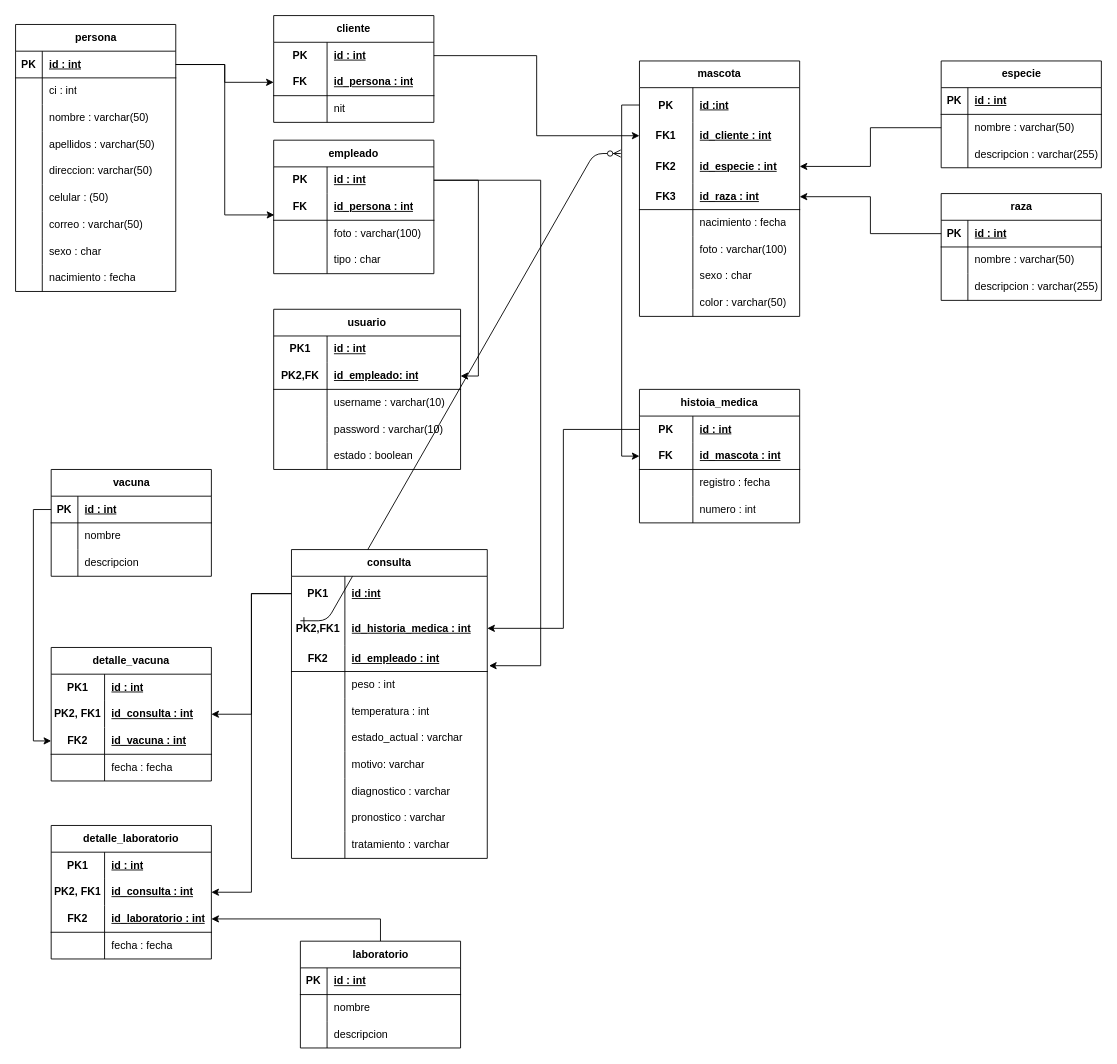
The draw.io diagram Diagrama sin título.drawio in szubelza93/software, before the edit. Source tidied: cells renumbered, new cells numbered last; positions are measured from the earlier drawing's top-left corner, leaving out a move shared by most shapes. Both pictures are drawn from the tidied source at 89%, with x=0, y=0 at pixel (15, 15).
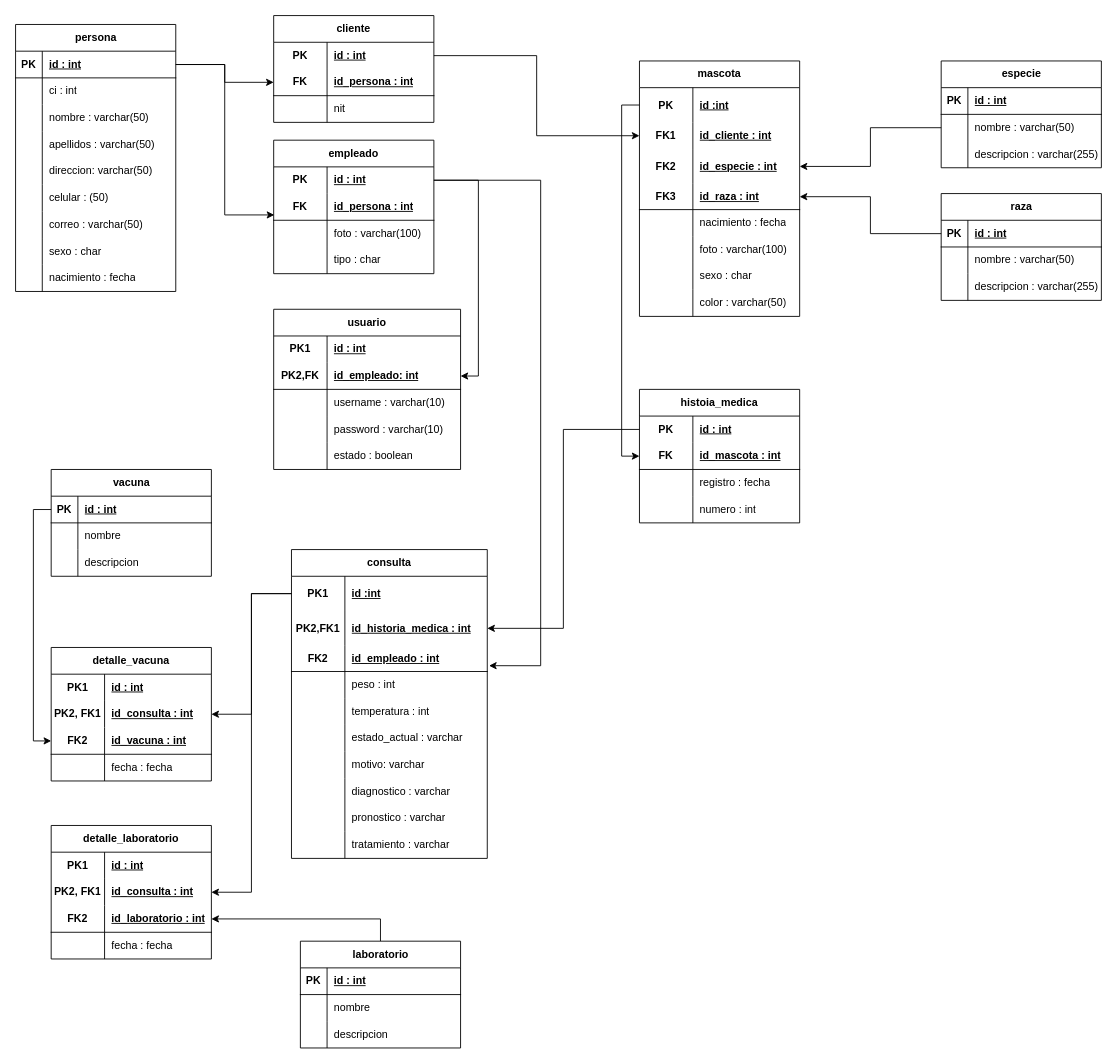
The same page after the edit.

What changed in the source:
```diff
@@
-    <mxCell id="2" style="edgeStyle=entityRelationEdgeStyle;endArrow=ERzeroToMany;startArrow=ERone;endFill=1;startFill=0;labelBackgroundColor=none;fontColor=default;" parent="1" edge="1">
-      <mxGeometry relative="1" as="geometry">
-        <mxPoint x="320" y="680" as="sourcePoint" />
-        <mxPoint x="680" y="155" as="targetPoint" />
-      </mxGeometry>
-    </mxCell>
```
